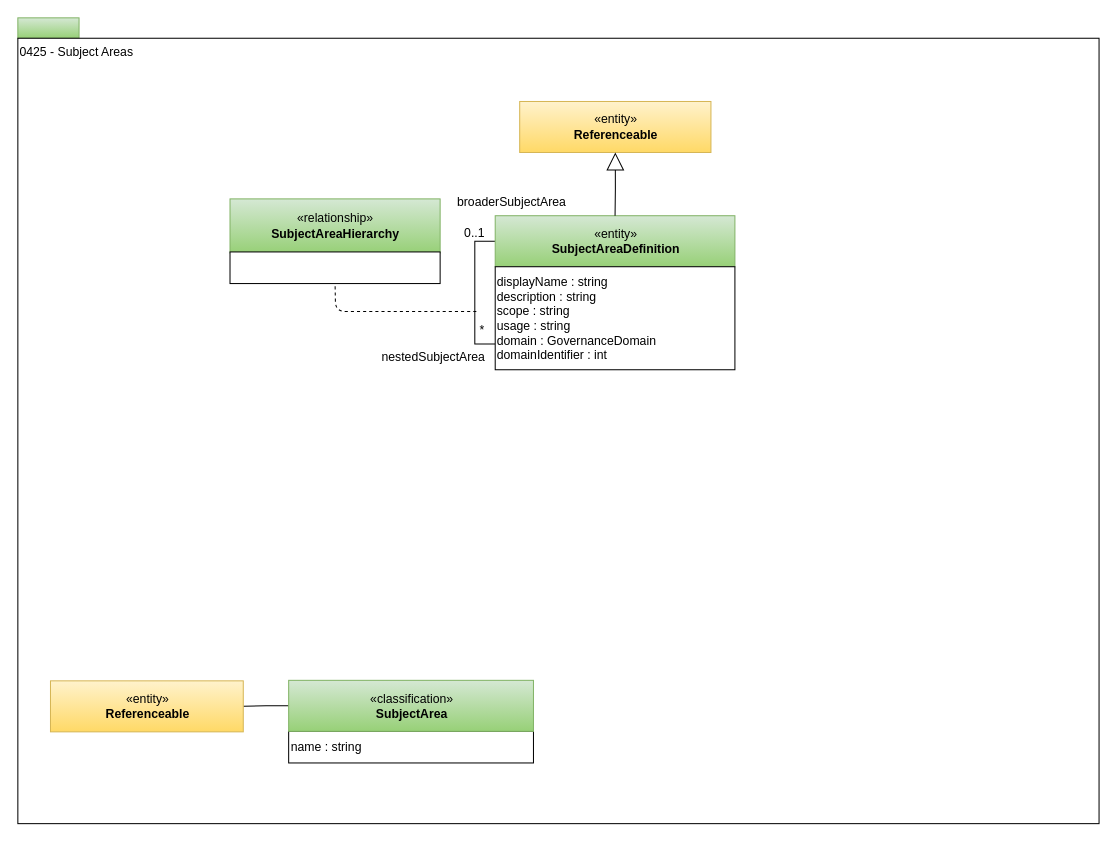
Earlier version of the draw.io diagram page "0425-Subject-Areas" (11 of 25) of open-metadata-publication/website/open-metadata-types/area-4-governance.drawio (odpi/egeria). Source tidied: cells renumbered, new cells numbered last; positions are measured from the earlier drawing's top-left corner, leaving out a move shared by most shapes. Both pictures are drawn from the tidied source at 102%, with x=0, y=0 at pixel (17, 17).
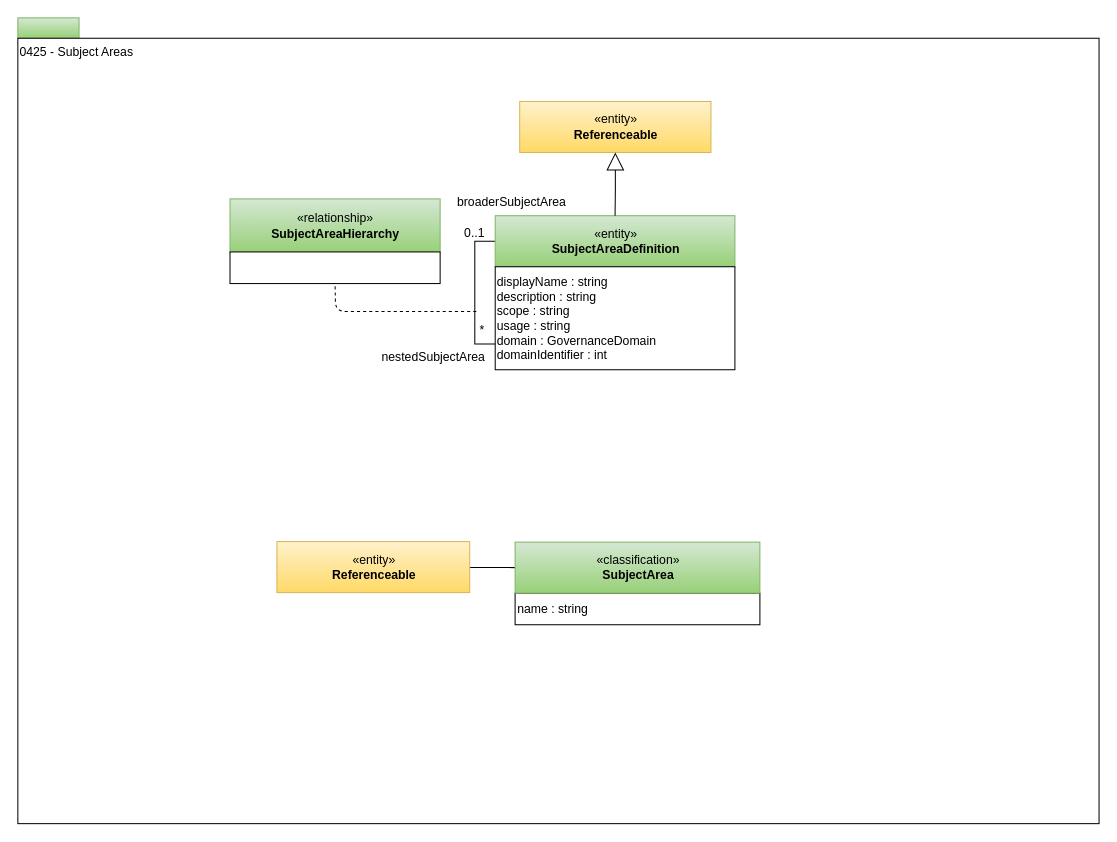
Above is the later version.

What changed in the source:
```diff
@@
-    <mxCell id="4" style="edgeStyle=orthogonalEdgeStyle;rounded=0;jettySize=auto;html=1;exitX=0;exitY=0.5;exitDx=0;exitDy=0;endArrow=none;endFill=0;" parent="1" edge="1" source="7" target="5">
+    <mxCell id="4" style="rounded=0;jettySize=auto;html=1;exitX=0;exitY=0.5;exitDx=0;exitDy=0;endArrow=none;endFill=0;" parent="1" edge="1" source="7" target="5">
       <mxGeometry relative="1" as="geometry" />
     </mxCell>
     <mxCell id="5" value="«entity»&lt;br&gt;&lt;b&gt;Referenceable&lt;/b&gt;" style="html=1;strokeColor=#d6b656;align=center;fillColor=#fff2cc;gradientColor=#ffd966;" parent="1" vertex="1">
-      <mxGeometry x="32" y="650" width="189" height="50" as="geometry" />
+      <mxGeometry x="254" y="513.5" width="189" height="50" as="geometry" />
     </mxCell>
     <mxCell id="6" value="name : string&lt;br&gt;&lt;div style=&quot;text-align: left&quot;&gt;&lt;/div&gt;" style="rounded=0;whiteSpace=wrap;html=1;strokeColor=#000000;gradientColor=#ffffff;align=left;" parent="1" vertex="1">
-      <mxGeometry x="265.5" y="699.5" width="240" height="31" as="geometry" />
+      <mxGeometry x="487.5" y="564" width="240" height="31" as="geometry" />
     </mxCell>
     <mxCell id="7" value="«classification»&lt;br&gt;&lt;b&gt;SubjectArea&lt;/b&gt;" style="html=1;strokeColor=#82b366;align=center;fillColor=#d5e8d4;gradientColor=#97d077;" parent="1" vertex="1">
-      <mxGeometry x="265.5" y="649.5" width="240" height="50" as="geometry" />
+      <mxGeometry x="487.5" y="514" width="240" height="50" as="geometry" />
     </mxCell>
```
